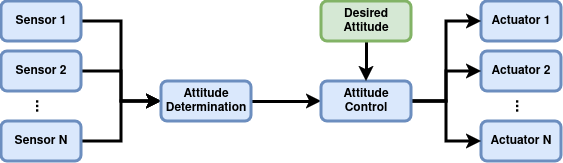
This is assets/ad/adc.drawio.png from alexmcmaster/blog, a draw.io export, as it was before one commit. Source tidied: cells renumbered, new cells last; positions are measured from the earlier drawing's top-left corner, leaving out a move shared by most shapes.
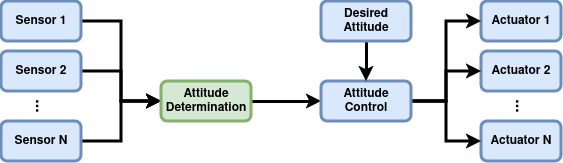
After the change.

Diff of the diagram source:
```diff
@@ -38,7 +38,7 @@
     <mxCell id="13" style="edgeStyle=orthogonalEdgeStyle;rounded=0;jettySize=auto;html=1;exitX=1;exitY=0.5;exitDx=0;exitDy=0;entryX=0;entryY=0.5;entryDx=0;entryDy=0;strokeWidth=3;" parent="1" edge="1" source="14" target="18">
       <mxGeometry relative="1" as="geometry" />
     </mxCell>
-    <mxCell id="14" value="Attitude Determination" style="rounded=1;whiteSpace=wrap;html=1;fillColor=#dae8fc;strokeColor=#6c8ebf;fontStyle=1;strokeWidth=3;" parent="1" vertex="1">
+    <mxCell id="14" value="Attitude Determination" style="rounded=1;whiteSpace=wrap;html=1;fillColor=#d5e8d4;strokeColor=#82b366;fontStyle=1;strokeWidth=3;" parent="1" vertex="1">
       <mxGeometry x="160" y="80" width="90" height="40" as="geometry" />
     </mxCell>
     <mxCell id="15" style="edgeStyle=orthogonalEdgeStyle;rounded=0;jettySize=auto;html=1;exitX=1;exitY=0.5;exitDx=0;exitDy=0;entryX=0;entryY=0.5;entryDx=0;entryDy=0;strokeWidth=3;" parent="1" edge="1" source="18" target="9">
@@ -56,7 +56,7 @@
     <mxCell id="19" style="edgeStyle=orthogonalEdgeStyle;rounded=0;jettySize=auto;html=1;exitX=0.5;exitY=1;exitDx=0;exitDy=0;strokeWidth=3;" parent="1" edge="1" source="20" target="18">
       <mxGeometry relative="1" as="geometry" />
     </mxCell>
-    <mxCell id="20" value="Desired Attitude" style="rounded=1;whiteSpace=wrap;html=1;fillColor=#d5e8d4;strokeColor=#82b366;fontStyle=1;strokeWidth=3;" parent="1" vertex="1">
+    <mxCell id="20" value="Desired Attitude" style="rounded=1;whiteSpace=wrap;html=1;fillColor=#dae8fc;strokeColor=#6c8ebf;fontStyle=1;strokeWidth=3;" parent="1" vertex="1">
       <mxGeometry x="320" width="90" height="40" as="geometry" />
     </mxCell>
   </root>
```
